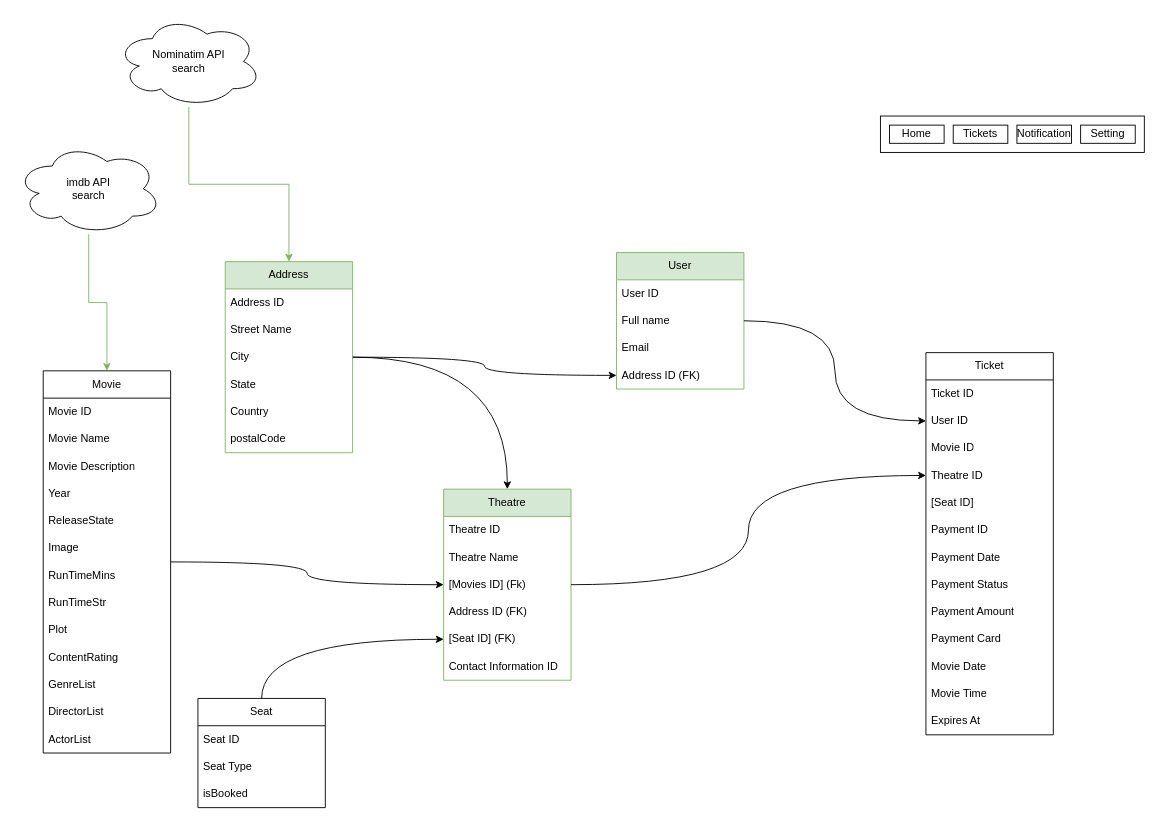
Before: draw.drawio in vars7899/Chitr-Cinema-App, a draw.io diagram. Source tidied: cells renumbered, new cells numbered last; positions are measured from the earlier drawing's top-left corner, leaving out a move shared by most shapes. Both pictures are drawn from the tidied source at 91%, with x=0, y=0 at pixel (15, 15).
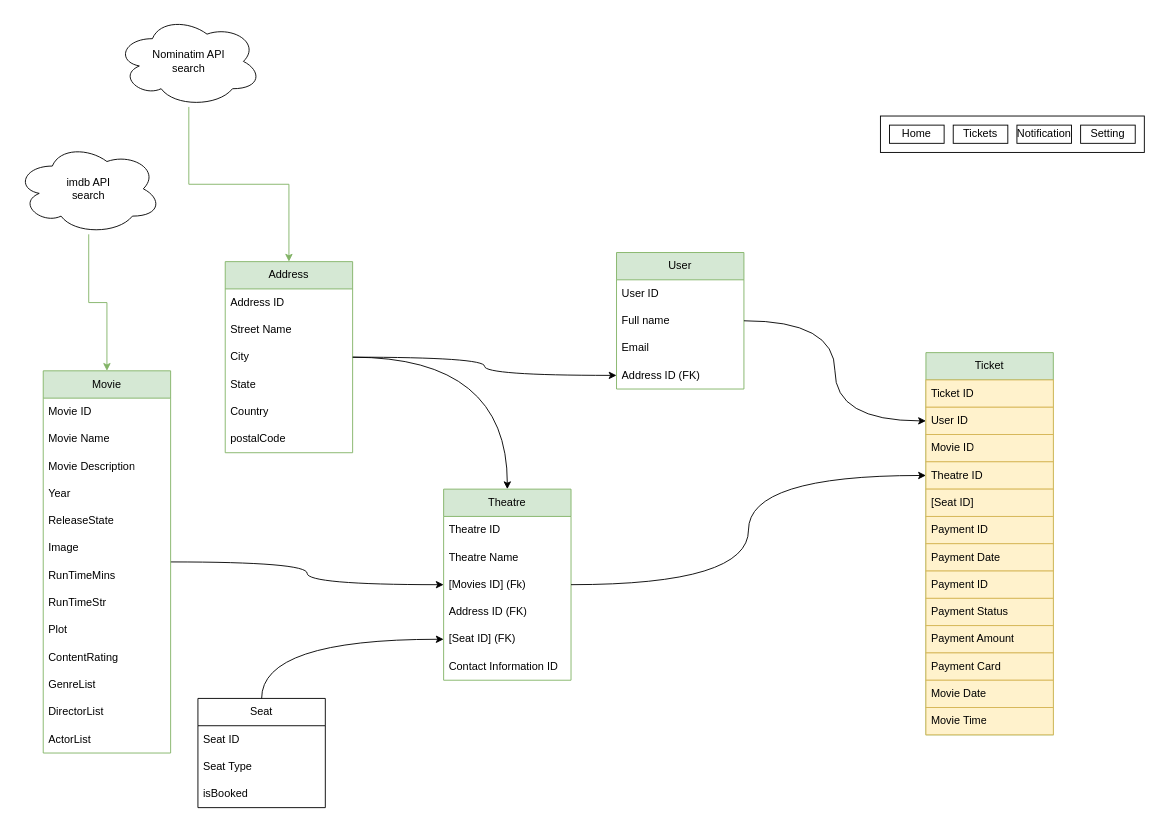
The same diagram, later.

Change to the diagram source:
```diff
@@
-    <mxCell id="3" value="Movie" style="swimlane;fontStyle=0;horizontal=1;startSize=30;whiteSpace=wrap;html=1;" parent="1" vertex="1">
+    <mxCell id="3" value="Movie" style="swimlane;fontStyle=0;horizontal=1;startSize=30;whiteSpace=wrap;html=1;fillColor=#d5e8d4;strokeColor=#82b366;" parent="1" vertex="1">
       <mxGeometry x="30" y="390" width="140" height="420" as="geometry" />
     </mxCell>
@@
-    <mxCell id="47" value="Ticket" style="swimlane;fontStyle=0;horizontal=1;startSize=30;whiteSpace=wrap;html=1;" parent="1" vertex="1">
+    <mxCell id="47" value="Ticket" style="swimlane;fontStyle=0;horizontal=1;startSize=30;whiteSpace=wrap;html=1;fillColor=#d5e8d4;strokeColor=#82b366;" parent="1" vertex="1">
       <mxGeometry x="1000" y="370" width="140" height="420" as="geometry" />
     </mxCell>
-    <mxCell id="48" value="Ticket ID" style="text;strokeColor=none;fillColor=none;align=left;verticalAlign=middle;spacingLeft=4;spacingRight=4;overflow=hidden;whiteSpace=wrap;html=1;" parent="47" vertex="1">
+    <mxCell id="48" value="Ticket ID" style="text;strokeColor=#d6b656;fillColor=#fff2cc;align=left;verticalAlign=middle;spacingLeft=4;spacingRight=4;overflow=hidden;whiteSpace=wrap;html=1;" parent="47" vertex="1">
       <mxGeometry y="30" width="140" height="30" as="geometry" />
     </mxCell>
-    <mxCell id="49" value="User ID" style="text;strokeColor=none;fillColor=none;align=left;verticalAlign=middle;spacingLeft=4;spacingRight=4;overflow=hidden;points=[[0,0.5],[1,0.5]];portConstraint=eastwest;whiteSpace=wrap;html=1;" parent="47" vertex="1">
+    <mxCell id="49" value="User ID" style="text;strokeColor=#d6b656;fillColor=#fff2cc;align=left;verticalAlign=middle;spacingLeft=4;spacingRight=4;overflow=hidden;points=[[0,0.5],[1,0.5]];portConstraint=eastwest;whiteSpace=wrap;html=1;" parent="47" vertex="1">
       <mxGeometry y="60" width="140" height="30" as="geometry" />
     </mxCell>
-    <mxCell id="50" value="Movie ID" style="text;strokeColor=none;fillColor=none;align=left;verticalAlign=middle;spacingLeft=4;spacingRight=4;overflow=hidden;whiteSpace=wrap;html=1;" parent="47" vertex="1">
+    <mxCell id="50" value="Movie ID" style="text;strokeColor=#d6b656;fillColor=#fff2cc;align=left;verticalAlign=middle;spacingLeft=4;spacingRight=4;overflow=hidden;whiteSpace=wrap;html=1;" parent="47" vertex="1">
       <mxGeometry y="90" width="140" height="30" as="geometry" />
     </mxCell>
-    <mxCell id="51" value="Theatre ID" style="text;strokeColor=none;fillColor=none;align=left;verticalAlign=middle;spacingLeft=4;spacingRight=4;overflow=hidden;points=[[0,0.5],[1,0.5]];portConstraint=eastwest;whiteSpace=wrap;html=1;" parent="47" vertex="1">
+    <mxCell id="51" value="Theatre ID" style="text;strokeColor=#d6b656;fillColor=#fff2cc;align=left;verticalAlign=middle;spacingLeft=4;spacingRight=4;overflow=hidden;points=[[0,0.5],[1,0.5]];portConstraint=eastwest;whiteSpace=wrap;html=1;" parent="47" vertex="1">
       <mxGeometry y="120" width="140" height="30" as="geometry" />
     </mxCell>
-    <mxCell id="52" value="[Seat ID]" style="text;strokeColor=none;fillColor=none;align=left;verticalAlign=middle;spacingLeft=4;spacingRight=4;overflow=hidden;whiteSpace=wrap;html=1;" parent="47" vertex="1">
+    <mxCell id="52" value="[Seat ID]" style="text;strokeColor=#d6b656;fillColor=#fff2cc;align=left;verticalAlign=middle;spacingLeft=4;spacingRight=4;overflow=hidden;whiteSpace=wrap;html=1;" parent="47" vertex="1">
       <mxGeometry y="150" width="140" height="30" as="geometry" />
     </mxCell>
-    <mxCell id="53" value="Payment ID" style="text;strokeColor=none;fillColor=none;align=left;verticalAlign=middle;spacingLeft=4;spacingRight=4;overflow=hidden;whiteSpace=wrap;html=1;" parent="47" vertex="1">
+    <mxCell id="53" value="Payment ID" style="text;strokeColor=#d6b656;fillColor=#fff2cc;align=left;verticalAlign=middle;spacingLeft=4;spacingRight=4;overflow=hidden;whiteSpace=wrap;html=1;" parent="47" vertex="1">
       <mxGeometry y="180" width="140" height="30" as="geometry" />
     </mxCell>
-    <mxCell id="54" value="Payment Date" style="text;strokeColor=none;fillColor=none;align=left;verticalAlign=middle;spacingLeft=4;spacingRight=4;overflow=hidden;whiteSpace=wrap;html=1;" parent="47" vertex="1">
+    <mxCell id="54" value="Payment Date" style="text;strokeColor=#d6b656;fillColor=#fff2cc;align=left;verticalAlign=middle;spacingLeft=4;spacingRight=4;overflow=hidden;whiteSpace=wrap;html=1;" parent="47" vertex="1">
       <mxGeometry y="210" width="140" height="30" as="geometry" />
     </mxCell>
+    <mxCell id="68" value="Payment ID" style="text;strokeColor=#d6b656;fillColor=#fff2cc;align=left;verticalAlign=middle;spacingLeft=4;spacingRight=4;overflow=hidden;whiteSpace=wrap;html=1;" parent="47" vertex="1">
+      <mxGeometry y="240" width="140" height="30" as="geometry" />
+    </mxCell>
-    <mxCell id="55" value="Payment Status" style="text;strokeColor=none;fillColor=none;align=left;verticalAlign=middle;spacingLeft=4;spacingRight=4;overflow=hidden;whiteSpace=wrap;html=1;" parent="47" vertex="1">
-      <mxGeometry y="240" width="140" height="30" as="geometry" />
+    <mxCell id="55" value="Payment Status" style="text;strokeColor=#d6b656;fillColor=#fff2cc;align=left;verticalAlign=middle;spacingLeft=4;spacingRight=4;overflow=hidden;whiteSpace=wrap;html=1;" parent="47" vertex="1">
+      <mxGeometry y="270" width="140" height="30" as="geometry" />
     </mxCell>
-    <mxCell id="56" value="Payment Amount" style="text;strokeColor=none;fillColor=none;align=left;verticalAlign=middle;spacingLeft=4;spacingRight=4;overflow=hidden;whiteSpace=wrap;html=1;" parent="47" vertex="1">
-      <mxGeometry y="270" width="140" height="30" as="geometry" />
+    <mxCell id="56" value="Payment Amount" style="text;strokeColor=#d6b656;fillColor=#fff2cc;align=left;verticalAlign=middle;spacingLeft=4;spacingRight=4;overflow=hidden;whiteSpace=wrap;html=1;" parent="47" vertex="1">
+      <mxGeometry y="300" width="140" height="30" as="geometry" />
     </mxCell>
-    <mxCell id="57" value="Payment Card" style="text;strokeColor=none;fillColor=none;align=left;verticalAlign=middle;spacingLeft=4;spacingRight=4;overflow=hidden;whiteSpace=wrap;html=1;" parent="47" vertex="1">
-      <mxGeometry y="300" width="140" height="30" as="geometry" />
+    <mxCell id="57" value="Payment Card" style="text;strokeColor=#d6b656;fillColor=#fff2cc;align=left;verticalAlign=middle;spacingLeft=4;spacingRight=4;overflow=hidden;whiteSpace=wrap;html=1;" parent="47" vertex="1">
+      <mxGeometry y="330" width="140" height="30" as="geometry" />
     </mxCell>
-    <mxCell id="58" value="Movie Date" style="text;strokeColor=none;fillColor=none;align=left;verticalAlign=middle;spacingLeft=4;spacingRight=4;overflow=hidden;whiteSpace=wrap;html=1;" parent="47" vertex="1">
-      <mxGeometry y="330" width="140" height="30" as="geometry" />
+    <mxCell id="58" value="Movie Date" style="text;strokeColor=#d6b656;fillColor=#fff2cc;align=left;verticalAlign=middle;spacingLeft=4;spacingRight=4;overflow=hidden;whiteSpace=wrap;html=1;" parent="47" vertex="1">
+      <mxGeometry y="360" width="140" height="30" as="geometry" />
     </mxCell>
-    <mxCell id="59" value="Movie Time" style="text;strokeColor=none;fillColor=none;align=left;verticalAlign=middle;spacingLeft=4;spacingRight=4;overflow=hidden;whiteSpace=wrap;html=1;" parent="47" vertex="1">
-      <mxGeometry y="360" width="140" height="30" as="geometry" />
+    <mxCell id="59" value="Movie Time" style="text;strokeColor=#d6b656;fillColor=#fff2cc;align=left;verticalAlign=middle;spacingLeft=4;spacingRight=4;overflow=hidden;whiteSpace=wrap;html=1;" parent="47" vertex="1">
+      <mxGeometry y="390" width="140" height="30" as="geometry" />
     </mxCell>
-    <mxCell id="60" value="Expires At" style="text;strokeColor=none;fillColor=none;align=left;verticalAlign=middle;spacingLeft=4;spacingRight=4;overflow=hidden;whiteSpace=wrap;html=1;" parent="47" vertex="1">
-      <mxGeometry y="390" width="140" height="30" as="geometry" />
-    </mxCell>
```
